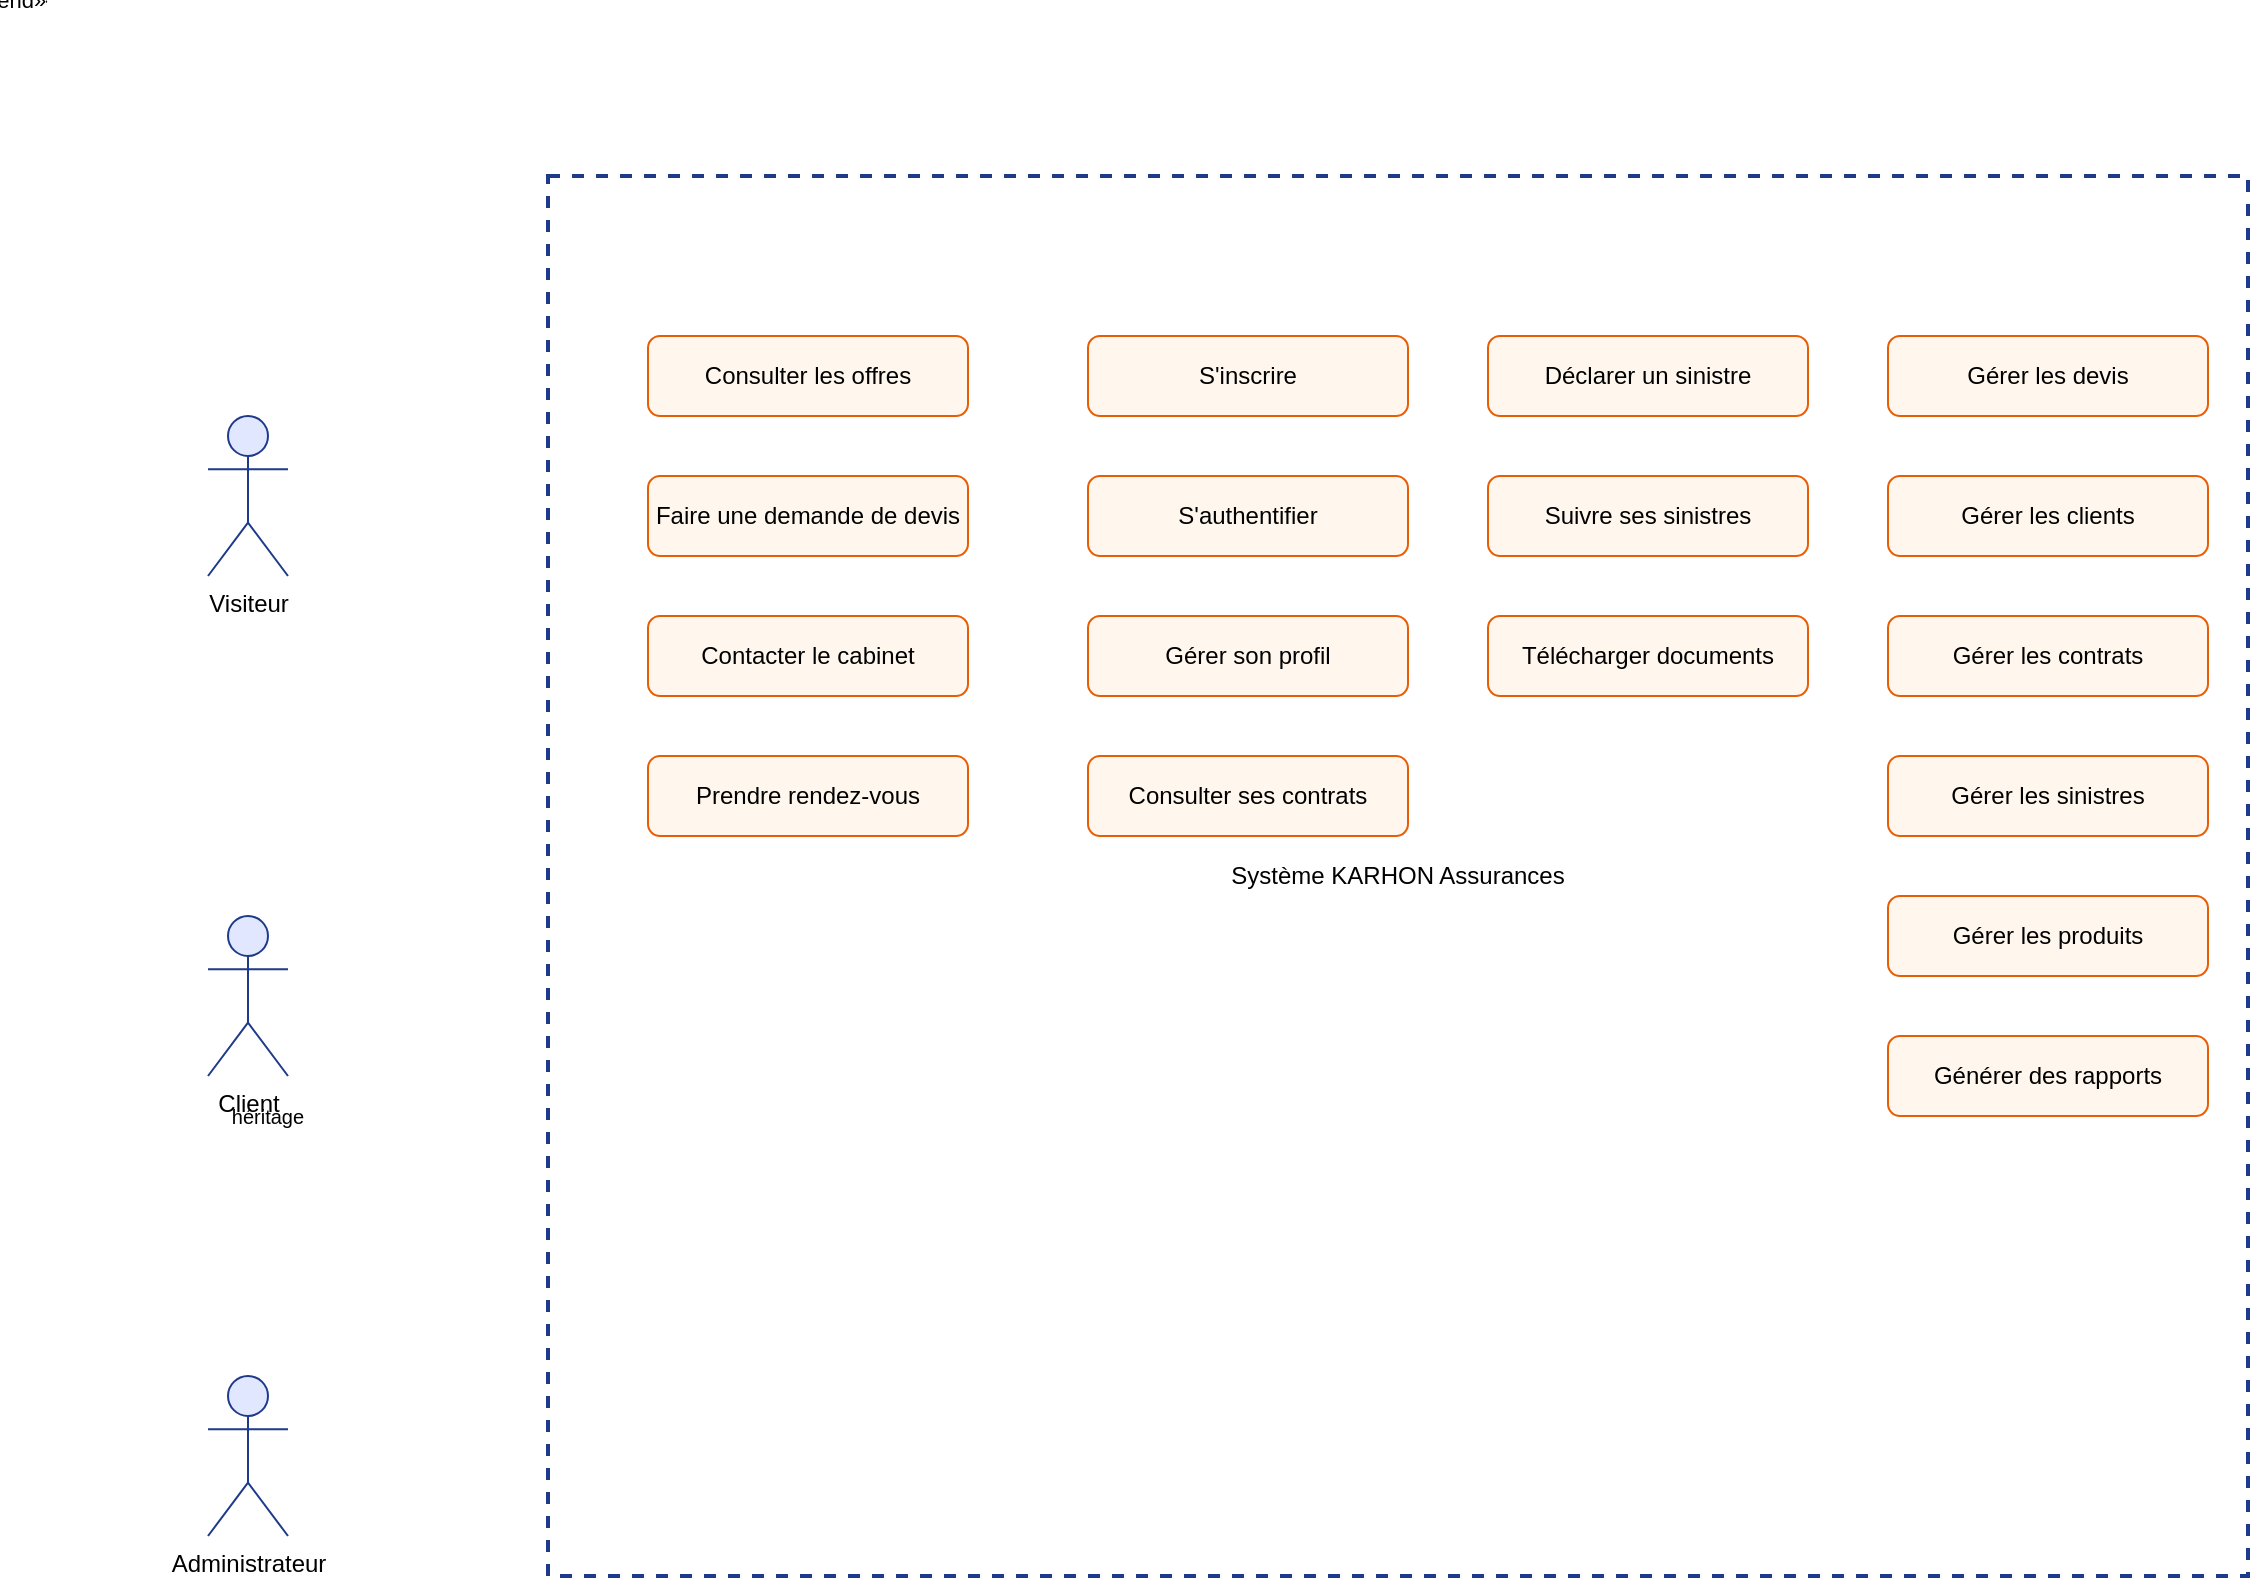
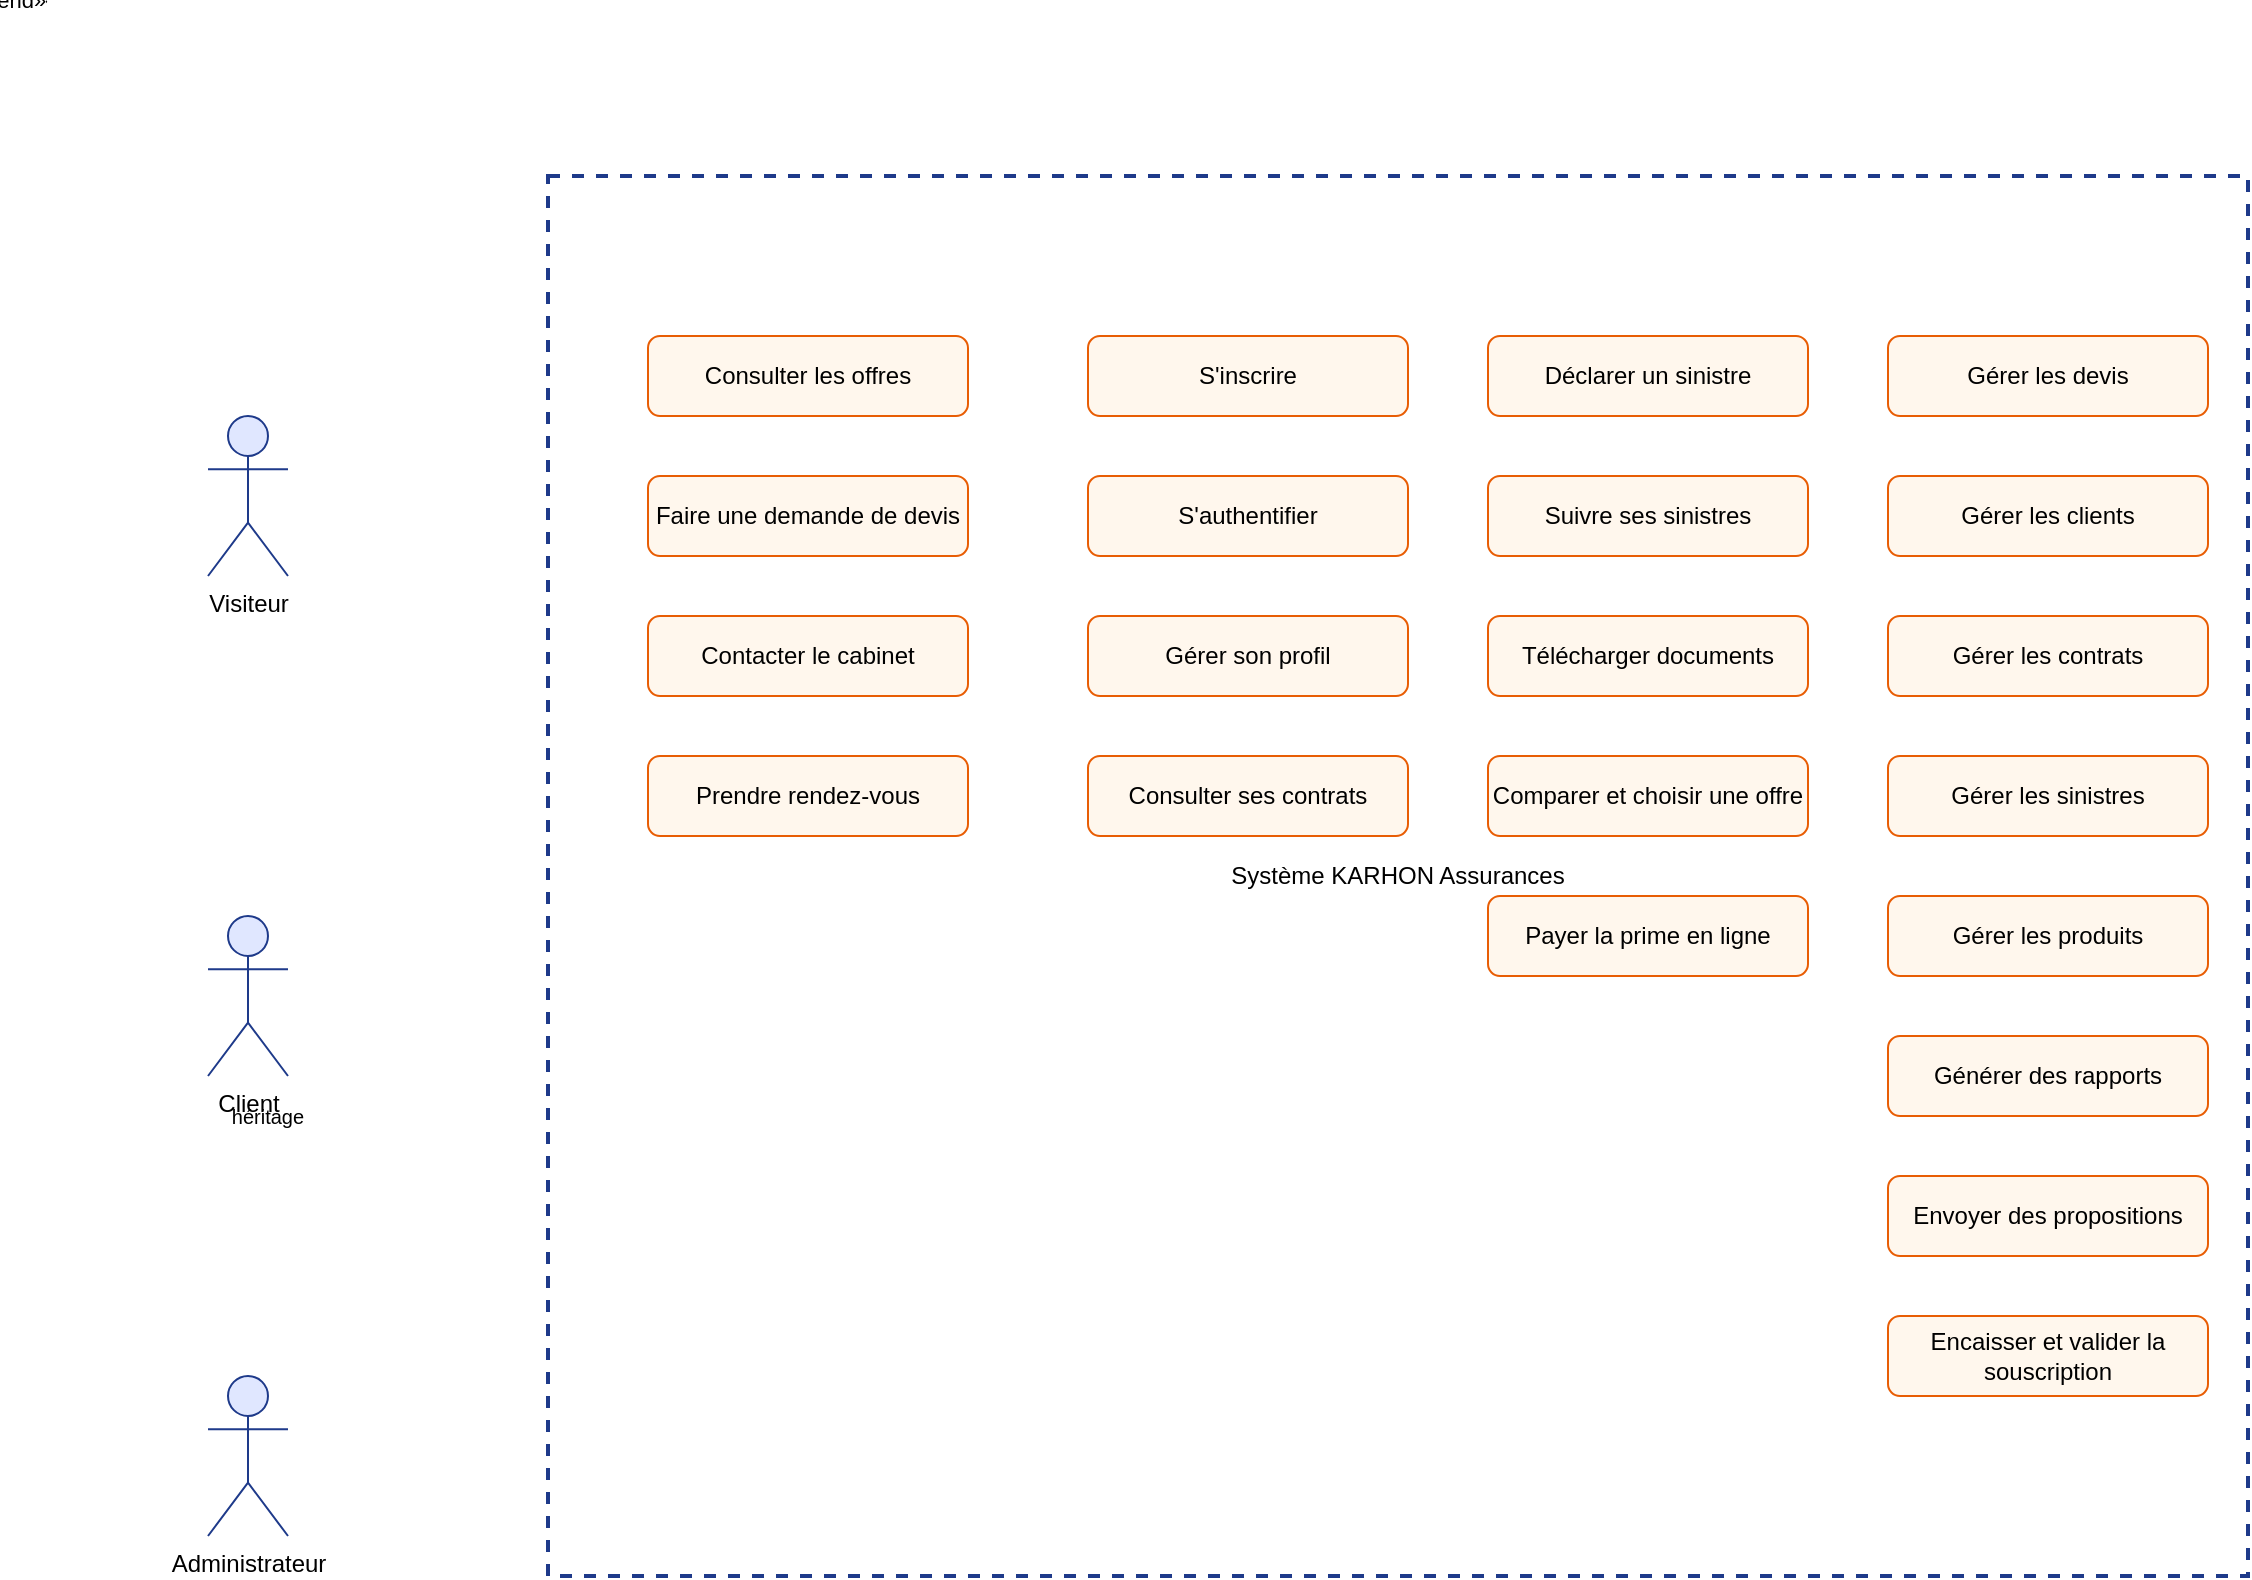
﻿<mxfile host="65bd71144e">
    <diagram name="Cas d'utilisation - KARHON" id="use-case">
        <mxGraphModel dx="1200" dy="800" grid="1" gridSize="10" guides="1" tooltips="1" connect="1" arrows="1" fold="1" page="1" pageScale="1" pageWidth="1300" pageHeight="900" math="0" shadow="0">
            <root>
                <mxCell id="0"/>
                <mxCell id="1" parent="0"/>

                <!-- Système -->
                <mxCell id="system" value="Système KARHON Assurances" style="rounded=0;whiteSpace=wrap;html=1;dashed=1;strokeColor=#1e3a8a;strokeWidth=2;fillColor=none;" vertex="1" parent="1">
                    <mxGeometry x="250" y="80" width="850" height="700" as="geometry"/>
                </mxCell>

                <!-- Acteurs -->
                <mxCell id="visitor" value="Visiteur" style="shape=umlActor;verticalLabelPosition=bottom;verticalAlign=top;html=1;strokeColor=#1e3a8a;fillColor=#e0e7ff;" vertex="1" parent="1">
                    <mxGeometry x="80" y="200" width="40" height="80" as="geometry"/>
                </mxCell>

                <mxCell id="client" value="Client" style="shape=umlActor;verticalLabelPosition=bottom;verticalAlign=top;html=1;strokeColor=#1e3a8a;fillColor=#e0e7ff;" vertex="1" parent="1">
                    <mxGeometry x="80" y="450" width="40" height="80" as="geometry"/>
                </mxCell>

                <mxCell id="admin" value="Administrateur" style="shape=umlActor;verticalLabelPosition=bottom;verticalAlign=top;html=1;strokeColor=#1e3a8a;fillColor=#e0e7ff;" vertex="1" parent="1">
                    <mxGeometry x="80" y="680" width="40" height="80" as="geometry"/>
                </mxCell>

                <!-- Cas Visiteur -->
                <mxCell id="uc1" value="Consulter les offres" style="rounded=1;whiteSpace=wrap;html=1;strokeColor=#e85d04;fillColor=#fff7ed;" vertex="1" parent="1">
                    <mxGeometry x="300" y="160" width="160" height="40" as="geometry"/>
                </mxCell>
                <mxCell id="uc2" value="Faire une demande de devis" style="rounded=1;whiteSpace=wrap;html=1;strokeColor=#e85d04;fillColor=#fff7ed;" vertex="1" parent="1">
                    <mxGeometry x="300" y="230" width="160" height="40" as="geometry"/>
                </mxCell>
                <mxCell id="uc3" value="Contacter le cabinet" style="rounded=1;whiteSpace=wrap;html=1;strokeColor=#e85d04;fillColor=#fff7ed;" vertex="1" parent="1">
                    <mxGeometry x="300" y="300" width="160" height="40" as="geometry"/>
                </mxCell>
                <mxCell id="uc4" value="Prendre rendez-vous" style="rounded=1;whiteSpace=wrap;html=1;strokeColor=#e85d04;fillColor=#fff7ed;" vertex="1" parent="1">
                    <mxGeometry x="300" y="370" width="160" height="40" as="geometry"/>
                </mxCell>
                <mxCell id="uc5" value="S&#39;inscrire" style="rounded=1;whiteSpace=wrap;html=1;strokeColor=#e85d04;fillColor=#fff7ed;" vertex="1" parent="1">
                    <mxGeometry x="520" y="160" width="160" height="40" as="geometry"/>
                </mxCell>

                <!-- Cas Client -->
                <mxCell id="uc6" value="S&#39;authentifier" style="rounded=1;whiteSpace=wrap;html=1;strokeColor=#e85d04;fillColor=#fff7ed;" vertex="1" parent="1">
                    <mxGeometry x="520" y="230" width="160" height="40" as="geometry"/>
                </mxCell>
                <mxCell id="uc7" value="Gérer son profil" style="rounded=1;whiteSpace=wrap;html=1;strokeColor=#e85d04;fillColor=#fff7ed;" vertex="1" parent="1">
                    <mxGeometry x="520" y="300" width="160" height="40" as="geometry"/>
                </mxCell>
                <mxCell id="uc8" value="Consulter ses contrats" style="rounded=1;whiteSpace=wrap;html=1;strokeColor=#e85d04;fillColor=#fff7ed;" vertex="1" parent="1">
                    <mxGeometry x="520" y="370" width="160" height="40" as="geometry"/>
                </mxCell>
                <mxCell id="uc9" value="Déclarer un sinistre" style="rounded=1;whiteSpace=wrap;html=1;strokeColor=#e85d04;fillColor=#fff7ed;" vertex="1" parent="1">
                    <mxGeometry x="720" y="160" width="160" height="40" as="geometry"/>
                </mxCell>
                <mxCell id="uc10" value="Suivre ses sinistres" style="rounded=1;whiteSpace=wrap;html=1;strokeColor=#e85d04;fillColor=#fff7ed;" vertex="1" parent="1">
                    <mxGeometry x="720" y="230" width="160" height="40" as="geometry"/>
                </mxCell>
                <mxCell id="uc11" value="Télécharger documents" style="rounded=1;whiteSpace=wrap;html=1;strokeColor=#e85d04;fillColor=#fff7ed;" vertex="1" parent="1">
                    <mxGeometry x="720" y="300" width="160" height="40" as="geometry"/>
                </mxCell>

                <!-- Cas Admin -->
                <mxCell id="uc12" value="Gérer les devis" style="rounded=1;whiteSpace=wrap;html=1;strokeColor=#e85d04;fillColor=#fff7ed;" vertex="1" parent="1">
                    <mxGeometry x="920" y="160" width="160" height="40" as="geometry"/>
                </mxCell>
                <mxCell id="uc13" value="Gérer les clients" style="rounded=1;whiteSpace=wrap;html=1;strokeColor=#e85d04;fillColor=#fff7ed;" vertex="1" parent="1">
                    <mxGeometry x="920" y="230" width="160" height="40" as="geometry"/>
                </mxCell>
                <mxCell id="uc14" value="Gérer les contrats" style="rounded=1;whiteSpace=wrap;html=1;strokeColor=#e85d04;fillColor=#fff7ed;" vertex="1" parent="1">
                    <mxGeometry x="920" y="300" width="160" height="40" as="geometry"/>
                </mxCell>
                <mxCell id="uc15" value="Gérer les sinistres" style="rounded=1;whiteSpace=wrap;html=1;strokeColor=#e85d04;fillColor=#fff7ed;" vertex="1" parent="1">
                    <mxGeometry x="920" y="370" width="160" height="40" as="geometry"/>
                </mxCell>
                <mxCell id="uc16" value="Gérer les produits" style="rounded=1;whiteSpace=wrap;html=1;strokeColor=#e85d04;fillColor=#fff7ed;" vertex="1" parent="1">
                    <mxGeometry x="920" y="440" width="160" height="40" as="geometry"/>
                </mxCell>
                <mxCell id="uc17" value="Générer des rapports" style="rounded=1;whiteSpace=wrap;html=1;strokeColor=#e85d04;fillColor=#fff7ed;" vertex="1" parent="1">
                    <mxGeometry x="920" y="510" width="160" height="40" as="geometry"/>
                </mxCell>

                <!-- Relations Visiteur -->
                <mxCell id="r1" style="edgeStyle=orthogonalEdgeStyle;html=1;endArrow=open;strokeColor=#1e3a8a;" edge="1" parent="1" source="visitor" target="uc1"/>
                <mxCell id="r2" style="edgeStyle=orthogonalEdgeStyle;html=1;endArrow=open;strokeColor=#1e3a8a;" edge="1" parent="1" source="visitor" target="uc2"/>
                <mxCell id="r3" style="edgeStyle=orthogonalEdgeStyle;html=1;endArrow=open;strokeColor=#1e3a8a;" edge="1" parent="1" source="visitor" target="uc3"/>
                <mxCell id="r4" style="edgeStyle=orthogonalEdgeStyle;html=1;endArrow=open;strokeColor=#1e3a8a;" edge="1" parent="1" source="visitor" target="uc4"/>
                <mxCell id="r5" style="edgeStyle=orthogonalEdgeStyle;html=1;endArrow=open;strokeColor=#1e3a8a;" edge="1" parent="1" source="visitor" target="uc5"/>

                <!-- Relations Client -->
                <mxCell id="r6" style="edgeStyle=orthogonalEdgeStyle;html=1;endArrow=open;strokeColor=#1e3a8a;" edge="1" parent="1" source="client" target="uc6"/>
                <mxCell id="r7" style="edgeStyle=orthogonalEdgeStyle;html=1;endArrow=open;strokeColor=#1e3a8a;" edge="1" parent="1" source="client" target="uc7"/>
                <mxCell id="r8" style="edgeStyle=orthogonalEdgeStyle;html=1;endArrow=open;strokeColor=#1e3a8a;" edge="1" parent="1" source="client" target="uc8"/>
                <mxCell id="r9" style="edgeStyle=orthogonalEdgeStyle;html=1;endArrow=open;strokeColor=#1e3a8a;" edge="1" parent="1" source="client" target="uc9"/>
                <mxCell id="r10" style="edgeStyle=orthogonalEdgeStyle;html=1;endArrow=open;strokeColor=#1e3a8a;" edge="1" parent="1" source="client" target="uc10"/>
                <mxCell id="r11" style="edgeStyle=orthogonalEdgeStyle;html=1;endArrow=open;strokeColor=#1e3a8a;" edge="1" parent="1" source="client" target="uc11"/>

                <!-- Relations Admin -->
                <mxCell id="r12" style="edgeStyle=orthogonalEdgeStyle;html=1;endArrow=open;strokeColor=#1e3a8a;" edge="1" parent="1" source="admin" target="uc12"/>
                <mxCell id="r13" style="edgeStyle=orthogonalEdgeStyle;html=1;endArrow=open;strokeColor=#1e3a8a;" edge="1" parent="1" source="admin" target="uc13"/>
                <mxCell id="r14" style="edgeStyle=orthogonalEdgeStyle;html=1;endArrow=open;strokeColor=#1e3a8a;" edge="1" parent="1" source="admin" target="uc14"/>
                <mxCell id="r15" style="edgeStyle=orthogonalEdgeStyle;html=1;endArrow=open;strokeColor=#1e3a8a;" edge="1" parent="1" source="admin" target="uc15"/>
                <mxCell id="r16" style="edgeStyle=orthogonalEdgeStyle;html=1;endArrow=open;strokeColor=#1e3a8a;" edge="1" parent="1" source="admin" target="uc16"/>
                <mxCell id="r17" style="edgeStyle=orthogonalEdgeStyle;html=1;endArrow=open;strokeColor=#1e3a8a;" edge="1" parent="1" source="admin" target="uc17"/>

                <!-- Include (relation entre cas) -->
                <mxCell id="inc1" value="«include»" style="edgeStyle=orthogonalEdgeStyle;html=1;endArrow=open;dashed=1;strokeColor=#6b7280;" edge="1" parent="1" source="uc9" target="uc8"/>
                <mxCell id="inc2" value="«include»" style="edgeStyle=orthogonalEdgeStyle;html=1;endArrow=open;dashed=1;strokeColor=#6b7280;" edge="1" parent="1" source="uc2" target="uc1"/>
                <mxCell id="ext1" value="«extend»" style="edgeStyle=orthogonalEdgeStyle;html=1;endArrow=open;dashed=1;strokeColor=#6b7280;" edge="1" parent="1" source="uc10" target="uc9"/>

                <!-- Spécialisation des acteurs -->
                <mxCell id="gen1" value="" style="edgeStyle=orthogonalEdgeStyle;html=1;endArrow=block;endFill=0;strokeColor=#1e3a8a;" edge="1" parent="1" source="client" target="visitor"/>
                <mxCell id="gen2" value="" style="edgeStyle=orthogonalEdgeStyle;html=1;endArrow=block;endFill=0;strokeColor=#1e3a8a;" edge="1" parent="1" source="admin" target="client"/>

                <mxCell id="label1" value="héritage" style="text;html=1;strokeColor=none;fillColor=none;align=center;verticalAlign=middle;whiteSpace=wrap;rounded=0;fontSize=10;" vertex="1" parent="1">
                    <mxGeometry x="85" y="540" width="50" height="20" as="geometry"/>
                </mxCell>

+                 <!-- Nouveaux cas : propositions, choix, paiement -->
+                 <mxCell id="uc18" value="Comparer et choisir une offre" style="rounded=1;whiteSpace=wrap;html=1;strokeColor=#e85d04;fillColor=#fff7ed;" vertex="1" parent="1">
+                     <mxGeometry x="720" y="370" width="160" height="40" as="geometry"/>
+                 </mxCell>
+                 <mxCell id="uc19" value="Payer la prime en ligne" style="rounded=1;whiteSpace=wrap;html=1;strokeColor=#e85d04;fillColor=#fff7ed;" vertex="1" parent="1">
+                     <mxGeometry x="720" y="440" width="160" height="40" as="geometry"/>
+                 </mxCell>
+                 <mxCell id="uc20" value="Envoyer des propositions" style="rounded=1;whiteSpace=wrap;html=1;strokeColor=#e85d04;fillColor=#fff7ed;" vertex="1" parent="1">
+                     <mxGeometry x="920" y="580" width="160" height="40" as="geometry"/>
+                 </mxCell>
+                 <mxCell id="uc21" value="Encaisser et valider la souscription" style="rounded=1;whiteSpace=wrap;html=1;strokeColor=#e85d04;fillColor=#fff7ed;" vertex="1" parent="1">
+                     <mxGeometry x="920" y="650" width="160" height="40" as="geometry"/>
+                 </mxCell>
+ 
+                 <!-- Relations des nouveaux cas -->
+                 <mxCell id="r18" style="edgeStyle=orthogonalEdgeStyle;html=1;endArrow=open;strokeColor=#1e3a8a;" edge="1" parent="1" source="client" target="uc18"/>
+                 <mxCell id="r19" style="edgeStyle=orthogonalEdgeStyle;html=1;endArrow=open;strokeColor=#1e3a8a;" edge="1" parent="1" source="client" target="uc19"/>
+                 <mxCell id="r20" style="edgeStyle=orthogonalEdgeStyle;html=1;endArrow=open;strokeColor=#1e3a8a;" edge="1" parent="1" source="admin" target="uc20"/>
+                 <mxCell id="r21" style="edgeStyle=orthogonalEdgeStyle;html=1;endArrow=open;strokeColor=#1e3a8a;" edge="1" parent="1" source="admin" target="uc21"/>
+                 <mxCell id="inc3" value="«include»" style="edgeStyle=orthogonalEdgeStyle;html=1;endArrow=open;dashed=1;strokeColor=#6b7280;" edge="1" parent="1" source="uc19" target="uc18"/>
+                 <mxCell id="ext2" value="«extend»" style="edgeStyle=orthogonalEdgeStyle;html=1;endArrow=open;dashed=1;strokeColor=#6b7280;" edge="1" parent="1" source="uc20" target="uc12"/>
+ 
            </root>
        </mxGraphModel>
    </diagram>
</mxfile>
